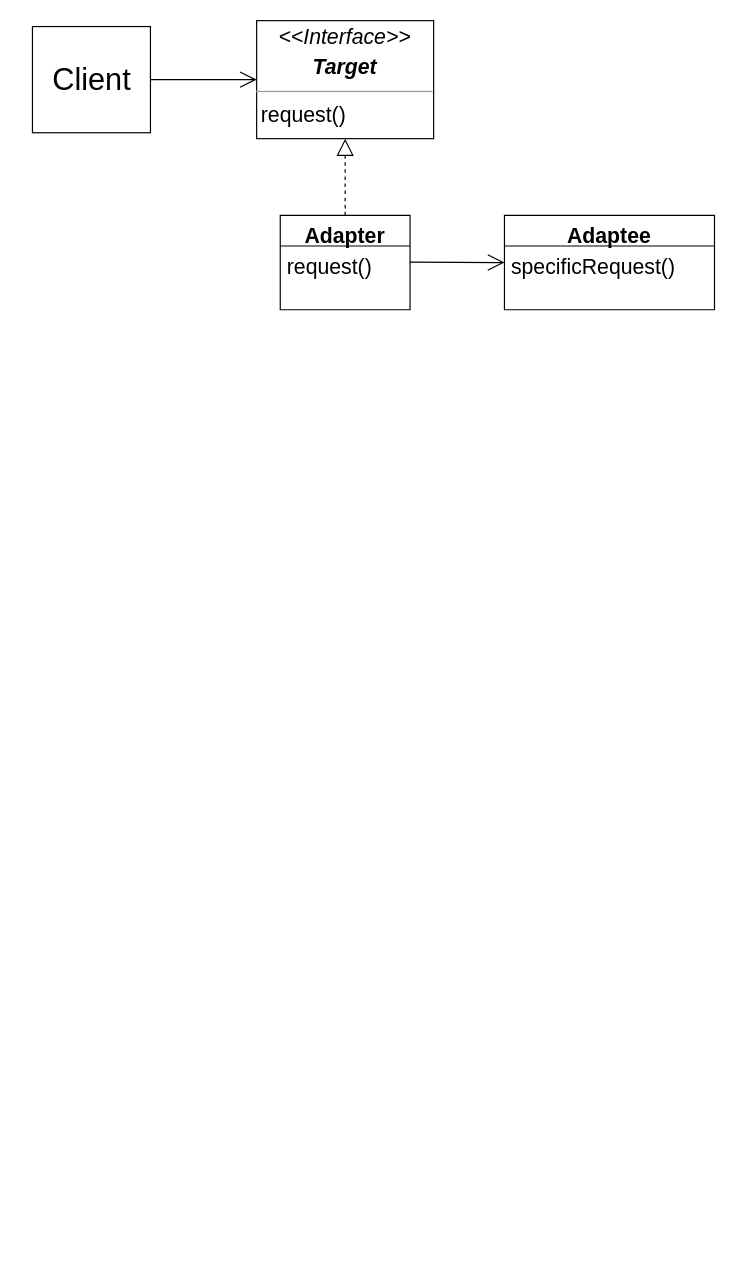
This is Untitled Diagram.drawio from PashaJ23/sandbox-area, a draw.io file, before an edit. Source tidied: cells renumbered, new cells numbered last; positions are measured from the earlier drawing's top-left corner, leaving out a move shared by most shapes. Both pictures are drawn from the tidied source at 118%, with x=0, y=0 at pixel (32, 20).
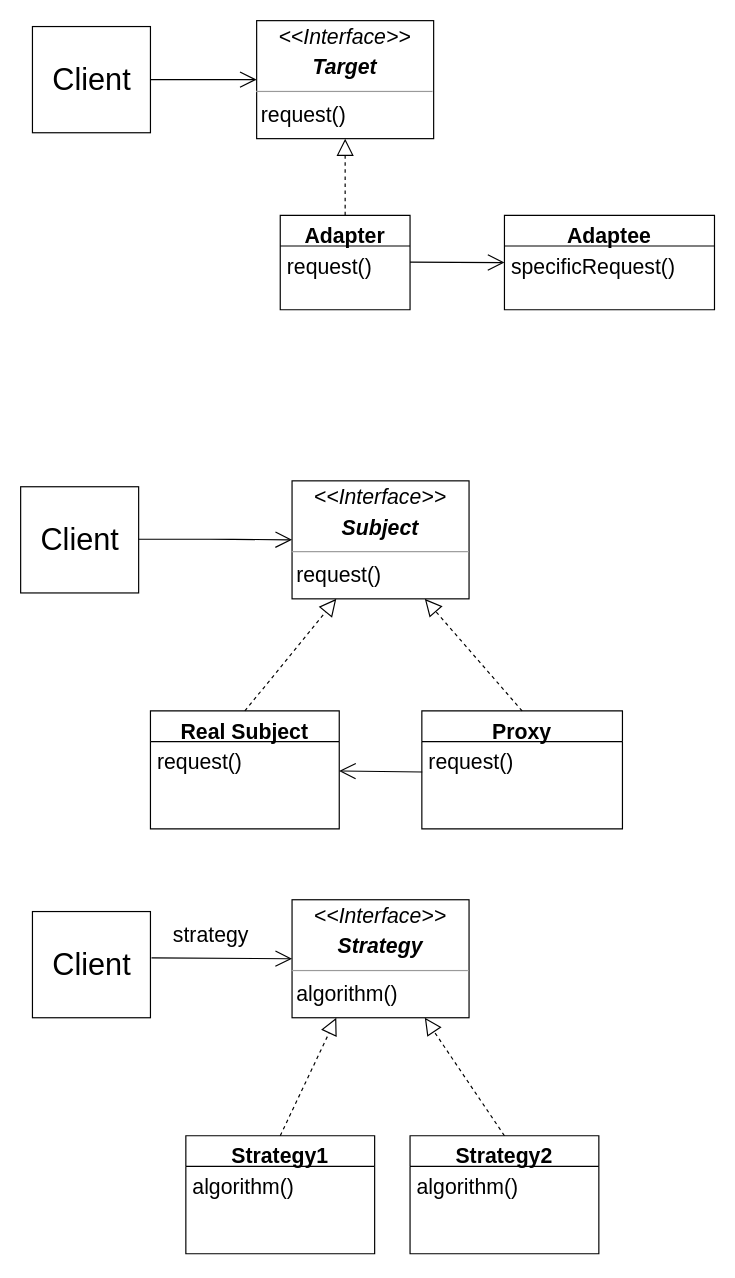
Above is the later version.

Commit message:
Added strategy and adapter

Diff of the diagram source:
```diff
@@
+    <mxCell id="11" value="&lt;p style=&quot;margin: 4px 0px 0px ; text-align: center ; font-size: 18px&quot;&gt;&lt;i&gt;&lt;font style=&quot;font-size: 18px&quot;&gt;&amp;lt;&amp;lt;Interface&amp;gt;&amp;gt;&lt;/font&gt;&lt;/i&gt;&lt;/p&gt;&lt;p style=&quot;margin: 4px 0px 0px ; text-align: center ; font-size: 18px&quot;&gt;&lt;b&gt;&lt;i&gt;Subject&lt;/i&gt;&lt;/b&gt;&lt;/p&gt;&lt;hr size=&quot;1&quot; style=&quot;font-size: 18px&quot;&gt;&lt;p style=&quot;margin: 0px 0px 0px 4px ; font-size: 18px&quot;&gt;&lt;font style=&quot;font-size: 18px&quot;&gt;request()&lt;/font&gt;&lt;/p&gt;" style="verticalAlign=top;align=left;overflow=fill;fontSize=12;fontFamily=Helvetica;html=1;" parent="1" vertex="1">
+      <mxGeometry x="220" y="390" width="150" height="100" as="geometry" />
+    </mxCell>
+    <mxCell id="12" value="Real Subject" style="swimlane;fontStyle=1;align=center;verticalAlign=top;horizontal=1;startSize=26;fontSize=18;" parent="1" vertex="1">
+      <mxGeometry x="100" y="585" width="160" height="100" as="geometry" />
+    </mxCell>
+    <mxCell id="13" value="request()" style="text;strokeColor=none;fillColor=none;align=left;verticalAlign=top;spacingLeft=4;spacingRight=4;overflow=hidden;points=[[0,0.5],[1,0.5]];portConstraint=eastwest;fontSize=18;" parent="12" vertex="1">
+      <mxGeometry y="26" width="160" height="74" as="geometry" />
+    </mxCell>
+    <mxCell id="14" value="Proxy" style="swimlane;fontStyle=1;align=center;verticalAlign=top;horizontal=1;startSize=26;fontSize=18;" parent="1" vertex="1">
+      <mxGeometry x="330" y="585" width="170" height="100" as="geometry" />
+    </mxCell>
+    <mxCell id="15" value="request()" style="text;strokeColor=none;fillColor=none;align=left;verticalAlign=top;spacingLeft=4;spacingRight=4;overflow=hidden;points=[[0,0.5],[1,0.5]];portConstraint=eastwest;fontSize=18;" parent="14" vertex="1">
+      <mxGeometry y="26" width="170" height="74" as="geometry" />
+    </mxCell>
+    <mxCell id="16" value="&lt;font style=&quot;font-size: 26px&quot;&gt;Client&lt;/font&gt;" style="html=1;" parent="1" vertex="1">
+      <mxGeometry x="-10" y="395" width="100" height="90" as="geometry" />
+    </mxCell>
+    <mxCell id="17" style="endArrow=open;endFill=1;endSize=12;html=1;exitX=1;exitY=0.5;exitDx=0;exitDy=0;entryX=0;entryY=0.5;entryDx=0;entryDy=0;" parent="1" edge="1" target="11">
+      <mxGeometry relative="1" as="geometry">
+        <mxPoint x="90" y="439.5" as="sourcePoint" />
+        <Array as="points">
+          <mxPoint x="160" y="439.5" />
+        </Array>
+      </mxGeometry>
+    </mxCell>
+    <mxCell id="18" style="endArrow=block;dashed=1;endFill=0;endSize=12;html=1;fontSize=18;exitX=0.5;exitY=0;exitDx=0;exitDy=0;entryX=0.25;entryY=1;entryDx=0;entryDy=0;" parent="1" edge="1" source="12" target="11">
+      <mxGeometry relative="1" as="geometry" />
+    </mxCell>
+    <mxCell id="19" style="endArrow=block;dashed=1;endFill=0;endSize=12;html=1;fontSize=18;entryX=0.75;entryY=1;entryDx=0;entryDy=0;exitX=0.5;exitY=0;exitDx=0;exitDy=0;" parent="1" edge="1" source="14" target="11">
+      <mxGeometry relative="1" as="geometry" />
+    </mxCell>
+    <mxCell id="20" style="endArrow=open;endFill=1;endSize=12;html=1;fontSize=18;exitX=0.002;exitY=0.348;exitDx=0;exitDy=0;exitPerimeter=0;entryX=0.999;entryY=0.336;entryDx=0;entryDy=0;entryPerimeter=0;" parent="1" edge="1" source="15" target="13">
+      <mxGeometry relative="1" as="geometry" />
+    </mxCell>
+    <mxCell id="21" value="&lt;font style=&quot;font-size: 26px&quot;&gt;Client&lt;/font&gt;" style="html=1;" parent="1" vertex="1">
+      <mxGeometry y="755" width="100" height="90" as="geometry" />
+    </mxCell>
+    <mxCell id="22" value="&lt;p style=&quot;margin: 4px 0px 0px ; text-align: center ; font-size: 18px&quot;&gt;&lt;i&gt;&lt;font style=&quot;font-size: 18px&quot;&gt;&amp;lt;&amp;lt;Interface&amp;gt;&amp;gt;&lt;/font&gt;&lt;/i&gt;&lt;/p&gt;&lt;p style=&quot;margin: 4px 0px 0px ; text-align: center ; font-size: 18px&quot;&gt;&lt;b&gt;&lt;i&gt;Strategy&lt;/i&gt;&lt;/b&gt;&lt;/p&gt;&lt;hr size=&quot;1&quot; style=&quot;font-size: 18px&quot;&gt;&lt;p style=&quot;margin: 0px 0px 0px 4px ; font-size: 18px&quot;&gt;&lt;font style=&quot;font-size: 18px&quot;&gt;algorithm()&lt;/font&gt;&lt;/p&gt;" style="verticalAlign=top;align=left;overflow=fill;fontSize=12;fontFamily=Helvetica;html=1;" parent="1" vertex="1">
+      <mxGeometry x="220" y="745" width="150" height="100" as="geometry" />
+    </mxCell>
+    <mxCell id="23" value="Strategy1" style="swimlane;fontStyle=1;align=center;verticalAlign=top;horizontal=1;startSize=26;fontSize=18;" parent="1" vertex="1">
+      <mxGeometry x="130" y="945" width="160" height="100" as="geometry" />
+    </mxCell>
+    <mxCell id="24" value="algorithm()" style="text;strokeColor=none;fillColor=none;align=left;verticalAlign=top;spacingLeft=4;spacingRight=4;overflow=hidden;fontSize=18;" parent="23" vertex="1">
+      <mxGeometry y="26" width="160" height="74" as="geometry" />
+    </mxCell>
+    <mxCell id="25" value="Strategy2" style="swimlane;fontStyle=1;align=center;verticalAlign=top;horizontal=1;startSize=26;fontSize=18;" parent="1" vertex="1">
+      <mxGeometry x="320" y="945" width="160" height="100" as="geometry" />
+    </mxCell>
+    <mxCell id="26" value="algorithm()" style="text;strokeColor=none;fillColor=none;align=left;verticalAlign=top;spacingLeft=4;spacingRight=4;overflow=hidden;fontSize=18;" parent="25" vertex="1">
+      <mxGeometry y="26" width="160" height="74" as="geometry" />
+    </mxCell>
+    <mxCell id="27" style="endArrow=block;dashed=1;endFill=0;endSize=12;html=1;fontSize=18;entryX=0.25;entryY=1;entryDx=0;entryDy=0;exitX=0.5;exitY=0;exitDx=0;exitDy=0;" parent="1" edge="1" source="23" target="22">
+      <mxGeometry relative="1" as="geometry" />
+    </mxCell>
+    <mxCell id="28" style="endArrow=block;dashed=1;endFill=0;endSize=12;html=1;fontSize=18;entryX=0.75;entryY=1;entryDx=0;entryDy=0;exitX=0.5;exitY=0;exitDx=0;exitDy=0;" parent="1" edge="1" source="25" target="22">
+      <mxGeometry relative="1" as="geometry" />
+    </mxCell>
+    <mxCell id="29" style="endArrow=open;endFill=1;endSize=12;html=1;fontSize=18;entryX=0;entryY=0.5;entryDx=0;entryDy=0;exitX=1.009;exitY=0.436;exitDx=0;exitDy=0;exitPerimeter=0;" parent="1" edge="1" source="21" target="22">
+      <mxGeometry relative="1" as="geometry" />
+    </mxCell>
+    <mxCell id="30" value="strategy" style="edgeLabel;html=1;align=center;verticalAlign=middle;fontSize=18;" parent="29" vertex="1">
+      <mxGeometry x="-0.16" y="-1" relative="1" as="geometry">
+        <mxPoint y="-20.6" as="offset" />
+      </mxGeometry>
+    </mxCell>
```
